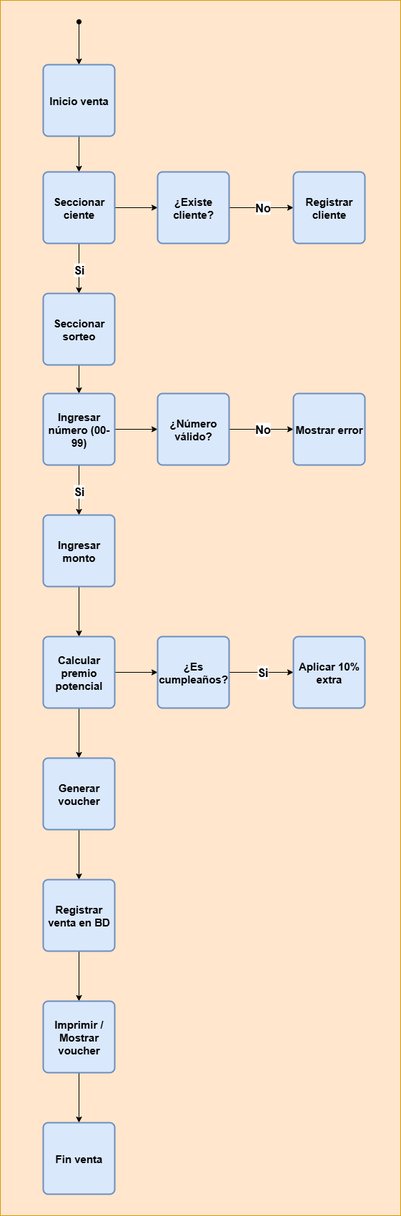
Above: DERCAS/Diagrama de actividades.drawio.png in cpablop1/preprivado_tienda_la_suerte (draw.io), before the change. Source tidied: cells renumbered, new cells last; positions are measured from the earlier drawing's top-left corner, leaving out a move shared by most shapes.
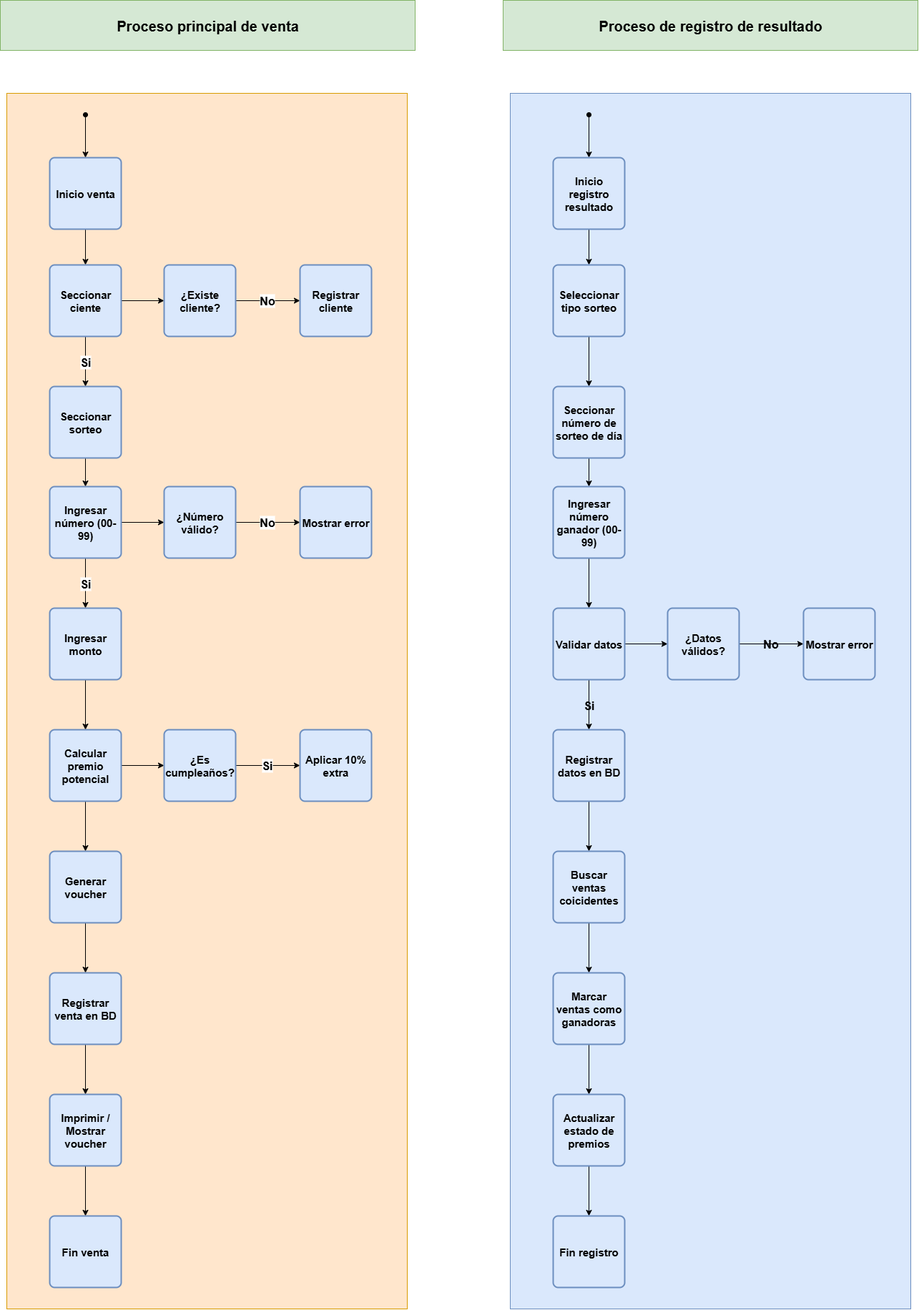
Above is the later version.

Commit message:
Diagrama de actividades completadas

Diff of the diagram source:
```diff
@@ -103,5 +103,88 @@
     <mxCell id="34" value="Fin venta" style="rounded=1;whiteSpace=wrap;html=1;absoluteArcSize=1;arcSize=14;strokeWidth=2;fontStyle=1;fontSize=15;align=center;fillColor=#dae8fc;strokeColor=#6c8ebf;" parent="1" vertex="1">
       <mxGeometry x="60" y="1570" width="100" height="100" as="geometry" />
     </mxCell>
+    <mxCell id="35" value="Proceso principal de venta" style="text;html=1;align=center;verticalAlign=middle;whiteSpace=wrap;rounded=0;fontStyle=1;fontSize=20;fillColor=#d5e8d4;strokeColor=#82b366;" parent="1" vertex="1">
+      <mxGeometry x="-9" y="-130" width="580" height="70" as="geometry" />
+    </mxCell>
+    <mxCell id="36" value="Proceso de registro de resultado" style="text;html=1;align=center;verticalAlign=middle;whiteSpace=wrap;rounded=0;fontStyle=1;fontSize=20;fillColor=#d5e8d4;strokeColor=#82b366;" parent="1" vertex="1">
+      <mxGeometry x="694" y="-130" width="580" height="70" as="geometry" />
+    </mxCell>
+    <mxCell id="37" style="rounded=0;whiteSpace=wrap;html=1;fillColor=#dae8fc;strokeColor=#6C8EBF;labelBackgroundColor=none;" parent="1" vertex="1">
+      <mxGeometry x="704" width="560" height="1700" as="geometry" />
+    </mxCell>
+    <mxCell id="38" style="rounded=0;jettySize=auto;html=1;endArrow=oval;endFill=1;strokeWidth=1;startArrow=classic;startFill=1;fontSize=1;" parent="1" edge="1" source="40">
+      <mxGeometry relative="1" as="geometry">
+        <mxPoint x="814" y="30" as="targetPoint" />
+      </mxGeometry>
+    </mxCell>
+    <mxCell id="39" style="rounded=0;jettySize=auto;html=1;entryX=0.5;entryY=0;entryDx=0;entryDy=0;fontSize=16;fontStyle=1;" parent="1" edge="1" source="40" target="42">
+      <mxGeometry relative="1" as="geometry" />
+    </mxCell>
+    <mxCell id="40" value="Inicio registro resultado" style="rounded=1;whiteSpace=wrap;html=1;absoluteArcSize=1;arcSize=14;strokeWidth=2;fontStyle=1;fontSize=15;align=center;fillColor=#dae8fc;strokeColor=#6c8ebf;" parent="1" vertex="1">
+      <mxGeometry x="764" y="90" width="100" height="100" as="geometry" />
+    </mxCell>
+    <mxCell id="41" style="edgeStyle=orthogonalEdgeStyle;rounded=0;jettySize=auto;html=1;entryX=0.5;entryY=0;entryDx=0;entryDy=0;" parent="1" edge="1" source="42" target="44">
+      <mxGeometry relative="1" as="geometry" />
+    </mxCell>
+    <mxCell id="42" value="Seleccionar tipo sorteo" style="rounded=1;whiteSpace=wrap;html=1;absoluteArcSize=1;arcSize=14;strokeWidth=2;fontStyle=1;fontSize=15;align=center;fillColor=#dae8fc;strokeColor=#6c8ebf;" parent="1" vertex="1">
+      <mxGeometry x="764" y="240" width="100" height="100" as="geometry" />
+    </mxCell>
+    <mxCell id="43" style="rounded=0;jettySize=auto;html=1;entryX=0.5;entryY=0;entryDx=0;entryDy=0;" parent="1" edge="1" source="44" target="46">
+      <mxGeometry relative="1" as="geometry" />
+    </mxCell>
+    <mxCell id="44" value="Seccionar número de sorteo de día" style="rounded=1;whiteSpace=wrap;html=1;absoluteArcSize=1;arcSize=14;strokeWidth=2;fontStyle=1;fontSize=15;align=center;fillColor=#dae8fc;strokeColor=#6c8ebf;" parent="1" vertex="1">
+      <mxGeometry x="764" y="410" width="100" height="100" as="geometry" />
+    </mxCell>
+    <mxCell id="45" style="edgeStyle=orthogonalEdgeStyle;rounded=0;jettySize=auto;html=1;entryX=0.5;entryY=0;entryDx=0;entryDy=0;fontStyle=1;fontSize=16;" parent="1" edge="1" source="46" target="49">
+      <mxGeometry relative="1" as="geometry" />
+    </mxCell>
+    <mxCell id="46" value="Ingresar número ganador (00-99)" style="rounded=1;whiteSpace=wrap;html=1;absoluteArcSize=1;arcSize=14;strokeWidth=2;fontStyle=1;fontSize=15;align=center;fillColor=#dae8fc;strokeColor=#6c8ebf;" parent="1" vertex="1">
+      <mxGeometry x="764" y="550" width="100" height="100" as="geometry" />
+    </mxCell>
+    <mxCell id="47" value="Si" style="edgeStyle=orthogonalEdgeStyle;rounded=0;jettySize=auto;html=1;entryX=0.5;entryY=0;entryDx=0;entryDy=0;fontStyle=1;fontSize=16;labelBackgroundColor=none;" parent="1" edge="1" source="49" target="51">
+      <mxGeometry relative="1" as="geometry" />
+    </mxCell>
+    <mxCell id="48" style="edgeStyle=orthogonalEdgeStyle;rounded=0;jettySize=auto;html=1;entryX=0;entryY=0.5;entryDx=0;entryDy=0;" parent="1" edge="1" source="49" target="60">
+      <mxGeometry relative="1" as="geometry" />
+    </mxCell>
+    <mxCell id="49" value="Validar datos" style="rounded=1;whiteSpace=wrap;html=1;absoluteArcSize=1;arcSize=14;strokeWidth=2;fontStyle=1;fontSize=15;align=center;fillColor=#dae8fc;strokeColor=#6c8ebf;" parent="1" vertex="1">
+      <mxGeometry x="764" y="720" width="100" height="100" as="geometry" />
+    </mxCell>
+    <mxCell id="50" style="edgeStyle=orthogonalEdgeStyle;rounded=0;jettySize=auto;html=1;entryX=0.5;entryY=0;entryDx=0;entryDy=0;" parent="1" edge="1" source="51" target="53">
+      <mxGeometry relative="1" as="geometry" />
+    </mxCell>
+    <mxCell id="51" value="Registrar datos en BD" style="rounded=1;whiteSpace=wrap;html=1;absoluteArcSize=1;arcSize=14;strokeWidth=2;fontStyle=1;fontSize=15;align=center;fillColor=#dae8fc;strokeColor=#6c8ebf;" parent="1" vertex="1">
+      <mxGeometry x="764" y="890" width="100" height="100" as="geometry" />
+    </mxCell>
+    <mxCell id="52" style="edgeStyle=orthogonalEdgeStyle;rounded=0;jettySize=auto;html=1;entryX=0.5;entryY=0;entryDx=0;entryDy=0;" parent="1" edge="1" source="53" target="55">
+      <mxGeometry relative="1" as="geometry" />
+    </mxCell>
+    <mxCell id="53" value="Buscar ventas coicidentes" style="rounded=1;whiteSpace=wrap;html=1;absoluteArcSize=1;arcSize=14;strokeWidth=2;fontStyle=1;fontSize=15;align=center;fillColor=#dae8fc;strokeColor=#6c8ebf;" parent="1" vertex="1">
+      <mxGeometry x="764" y="1060" width="100" height="100" as="geometry" />
+    </mxCell>
+    <mxCell id="54" style="edgeStyle=orthogonalEdgeStyle;rounded=0;jettySize=auto;html=1;entryX=0.5;entryY=0;entryDx=0;entryDy=0;" parent="1" edge="1" source="55" target="57">
+      <mxGeometry relative="1" as="geometry" />
+    </mxCell>
+    <mxCell id="55" value="Marcar ventas como ganadoras" style="rounded=1;whiteSpace=wrap;html=1;absoluteArcSize=1;arcSize=14;strokeWidth=2;fontStyle=1;fontSize=15;align=center;fillColor=#dae8fc;strokeColor=#6c8ebf;" parent="1" vertex="1">
+      <mxGeometry x="764" y="1230" width="100" height="100" as="geometry" />
+    </mxCell>
+    <mxCell id="56" style="edgeStyle=orthogonalEdgeStyle;rounded=0;jettySize=auto;html=1;entryX=0.5;entryY=0;entryDx=0;entryDy=0;" parent="1" edge="1" source="57" target="58">
+      <mxGeometry relative="1" as="geometry" />
+    </mxCell>
+    <mxCell id="57" value="Actualizar estado de premios" style="rounded=1;whiteSpace=wrap;html=1;absoluteArcSize=1;arcSize=14;strokeWidth=2;fontStyle=1;fontSize=15;align=center;fillColor=#dae8fc;strokeColor=#6c8ebf;" parent="1" vertex="1">
+      <mxGeometry x="764" y="1400" width="100" height="100" as="geometry" />
+    </mxCell>
+    <mxCell id="58" value="Fin registro" style="rounded=1;whiteSpace=wrap;html=1;absoluteArcSize=1;arcSize=14;strokeWidth=2;fontStyle=1;fontSize=15;align=center;fillColor=#dae8fc;strokeColor=#6c8ebf;" parent="1" vertex="1">
+      <mxGeometry x="764" y="1570" width="100" height="100" as="geometry" />
+    </mxCell>
+    <mxCell id="59" value="No" style="edgeStyle=orthogonalEdgeStyle;rounded=0;jettySize=auto;entryX=0;entryY=0.5;entryDx=0;entryDy=0;fontStyle=1;fontSize=16;textShadow=0;labelBackgroundColor=none;html=1;" parent="1" edge="1" source="60" target="61">
+      <mxGeometry relative="1" as="geometry" />
+    </mxCell>
+    <mxCell id="60" value="¿Datos válidos?" style="rounded=1;whiteSpace=wrap;html=1;absoluteArcSize=1;arcSize=14;strokeWidth=2;fontStyle=1;fontSize=15;align=center;fillColor=#dae8fc;strokeColor=#6c8ebf;" parent="1" vertex="1">
+      <mxGeometry x="924" y="720" width="100" height="100" as="geometry" />
+    </mxCell>
+    <mxCell id="61" value="Mostrar error" style="rounded=1;whiteSpace=wrap;html=1;absoluteArcSize=1;arcSize=14;strokeWidth=2;fontStyle=1;fontSize=15;align=center;fillColor=#dae8fc;strokeColor=#6c8ebf;" parent="1" vertex="1">
+      <mxGeometry x="1114" y="720" width="100" height="100" as="geometry" />
+    </mxCell>
   </root>
 </mxGraphModel>
```
